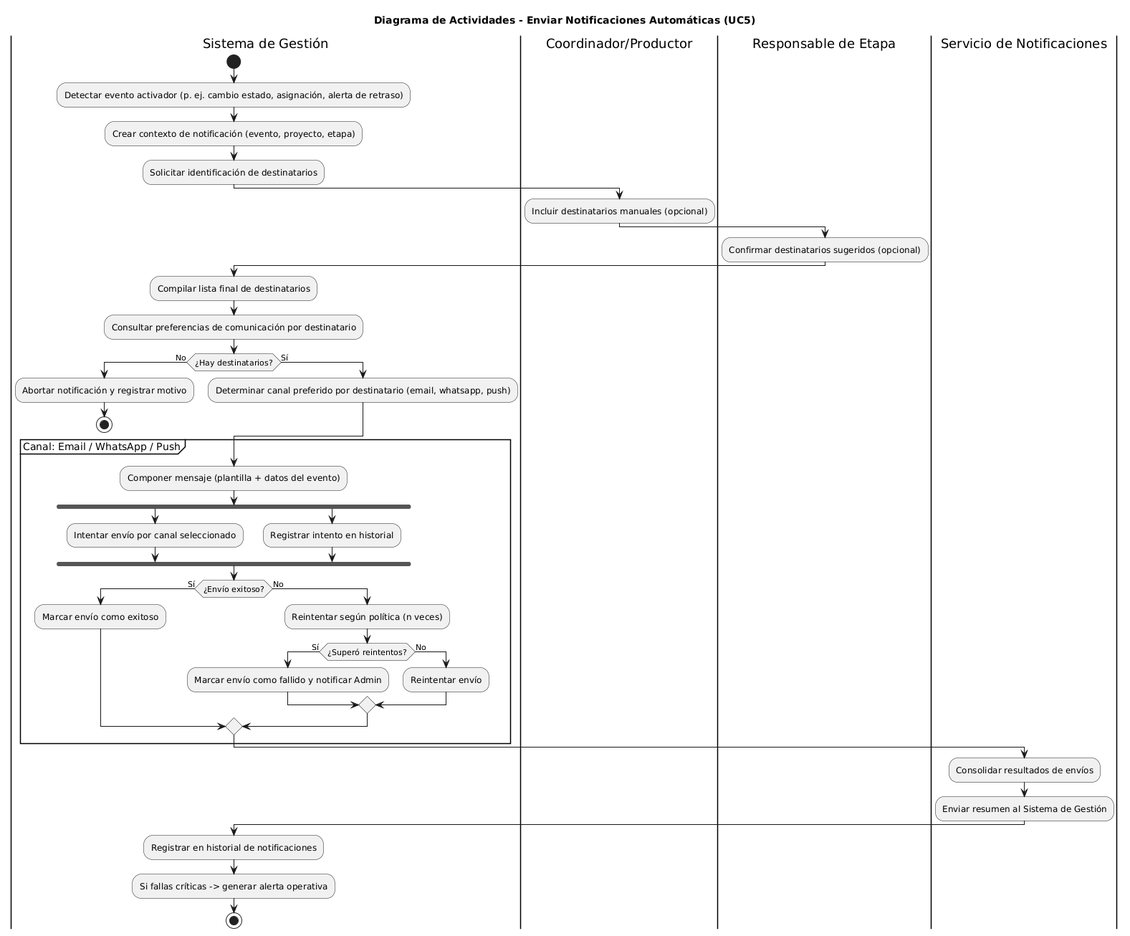
GonzaloBarbano/SistemaProductoraVideos keeps this PlantUML diagram as diagramas/04-diagramas-actividades/04-actividad-enviar-notificacion-05.png. Above is the earlier version.
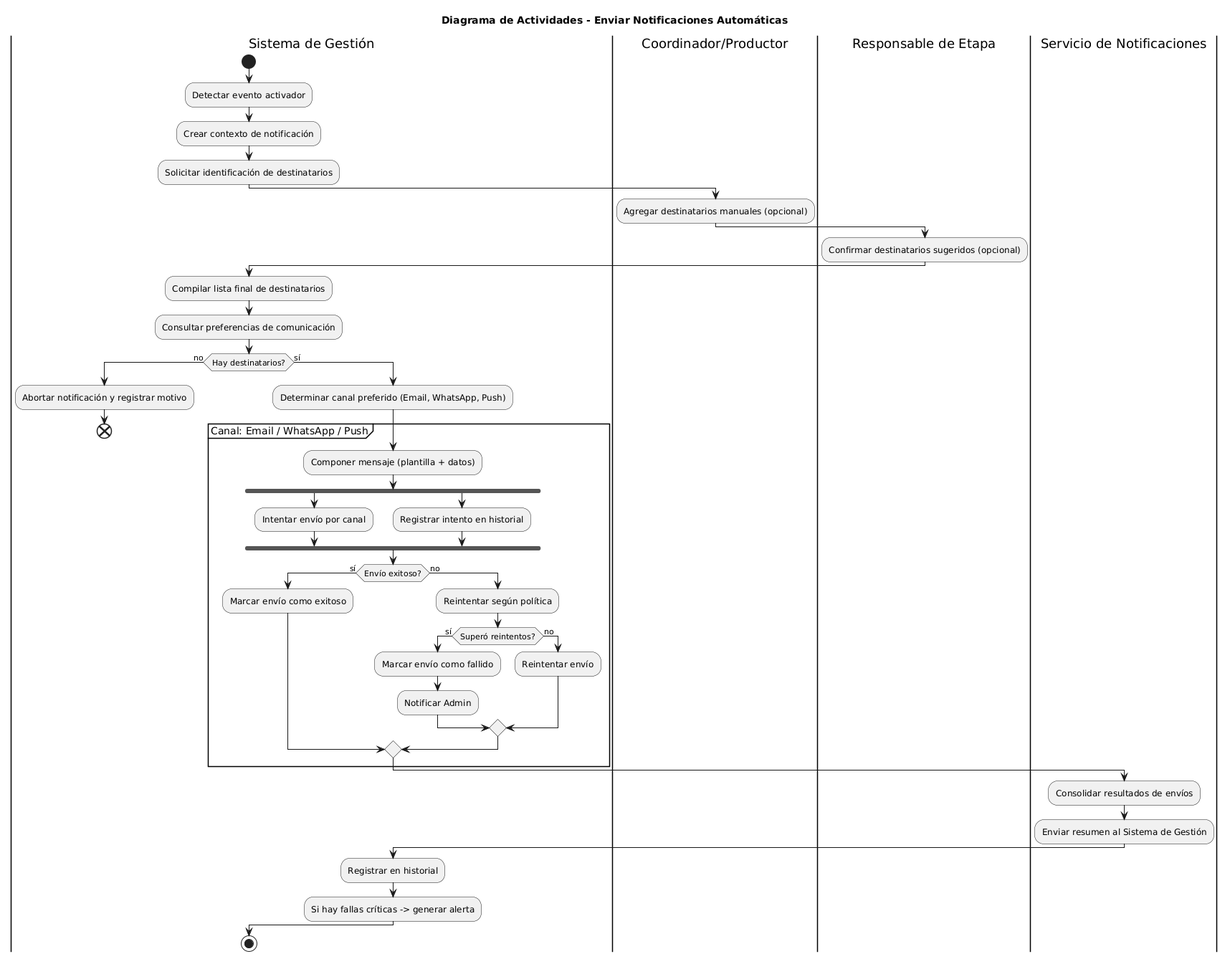
The same file after the commit.

Change to the diagram source:
```diff
@@ -1,55 +1,57 @@
 @startuml
-title Diagrama de Actividades - Enviar Notificaciones Automáticas (UC5)
-
+title Diagrama de Actividades - Enviar Notificaciones Automáticas
 |Sistema de Gestión|
 start
-:Detectar evento activador (p. ej. cambio estado, asignación, alerta de retraso);
-:Crear contexto de notificación (evento, proyecto, etapa);
+:Detectar evento activador;
+:Crear contexto de notificación;
 :Solicitar identificación de destinatarios;
 
 |Coordinador/Productor|
-:Incluir destinatarios manuales (opcional);
+:Agregar destinatarios manuales (opcional);
 
 |Responsable de Etapa|
 :Confirmar destinatarios sugeridos (opcional);
 
 |Sistema de Gestión|
 :Compilar lista final de destinatarios;
-:Consultar preferencias de comunicación por destinatario;
+:Consultar preferencias de comunicación;
 
-if (¿Hay destinatarios?) then (No)
+if (Hay destinatarios?) then (no)
   :Abortar notificación y registrar motivo;
-  stop
-else (Sí)
-  :Determinar canal preferido por destinatario (email, whatsapp, push);
+  end
+else (sí)
+  :Determinar canal preferido (Email, WhatsApp, Push);
+
+  partition "Canal: Email / WhatsApp / Push" {
+    :Componer mensaje (plantilla + datos);
+    fork
+      :Intentar envío por canal;
+    fork again
+      :Registrar intento en historial;
+    end fork
+
+    if (Envío exitoso?) then (sí)
+      :Marcar envío como exitoso;
+    else (no)
+      :Reintentar según política;
+      if (Superó reintentos?) then (sí)
+        :Marcar envío como fallido;
+        :Notificar Admin;
+      else (no)
+        :Reintentar envío;
+      endif
+    endif
+  }
+
+  |Servicio de Notificaciones|
+  :Consolidar resultados de envíos;
+  :Enviar resumen al Sistema de Gestión;
+
+  |Sistema de Gestión|
+  :Registrar en historial;
+  :Si hay fallas críticas -> generar alerta;
 endif
 
-partition "Canal: Email / WhatsApp / Push" {
-  :Componer mensaje (plantilla + datos del evento);
-  fork
-    :Intentar envío por canal seleccionado;
-  fork again
-    :Registrar intento en historial;
-  end fork
-
-  if (¿Envío exitoso?) then (Sí)
-    :Marcar envío como exitoso;
-  else (No)
-    :Reintentar según política (n veces);
-    if (¿Superó reintentos?) then (Sí)
-      :Marcar envío como fallido y notificar Admin;
-    else (No)
-      :Reintentar envío;
-    endif
-  endif
-}
-
-|Servicio de Notificaciones|
-:Consolidar resultados de envíos;
-:Enviar resumen al Sistema de Gestión;
-
 |Sistema de Gestión|
-:Registrar en historial de notificaciones;
-:Si fallas críticas -> generar alerta operativa;
 stop
 @enduml
```
